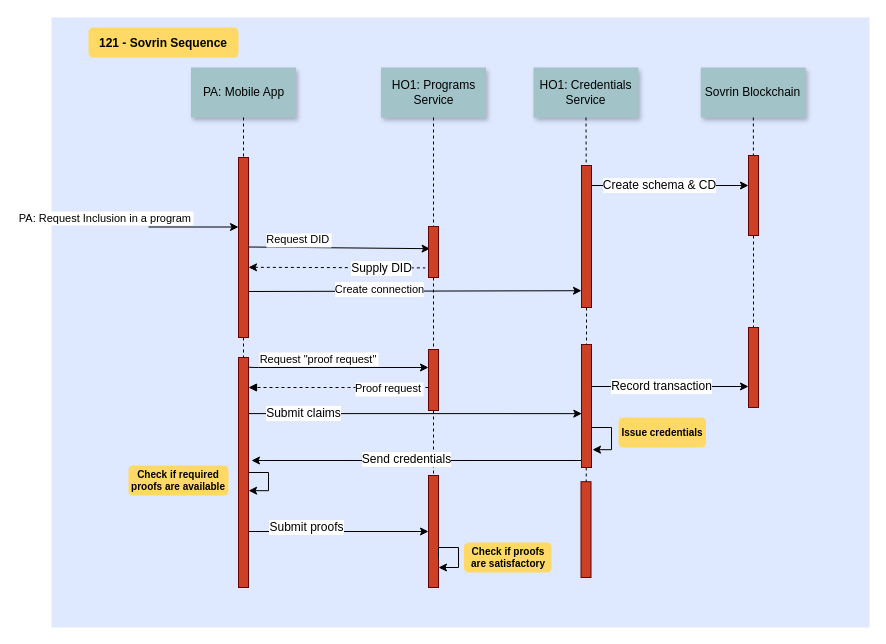
Before: Sequence Diagrams/Sovrin Sequence.drawio in nsward/diagrams, a draw.io diagram. Source tidied: cells renumbered, new cells numbered last; positions are measured from the earlier drawing's top-left corner, leaving out a move shared by most shapes. Both pictures are drawn from the tidied source at 100%, with x=0, y=0 at pixel (51, 17).
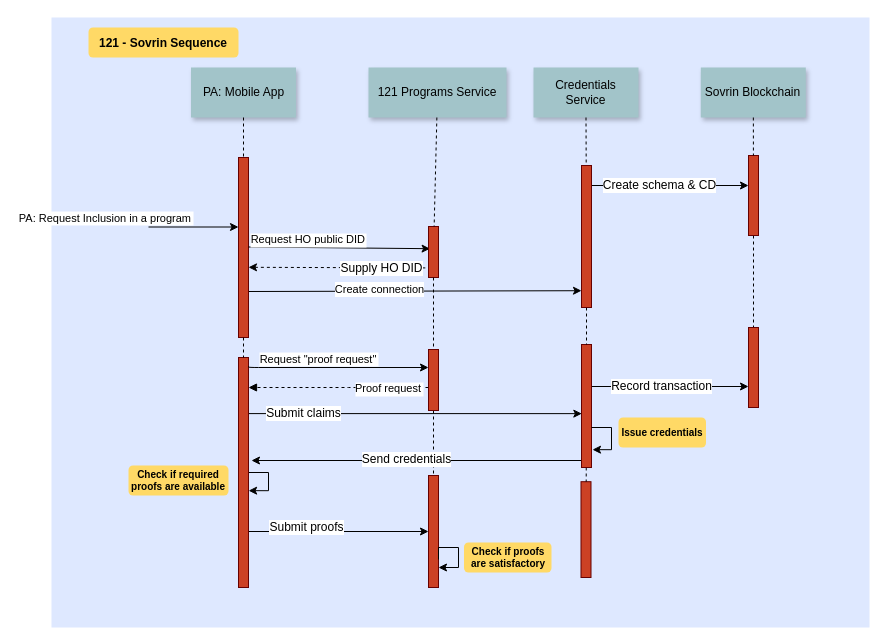
The same diagram, later.

The change refers to these unchanged cells:
```xml
<mxCell id="8" style="edgeStyle=none;verticalLabelPosition=top;verticalAlign=bottom;endArrow=none;startArrow=classic;dashed=1;entryX=-0.324;entryY=0.838;entryDx=0;entryDy=0;entryPerimeter=0;" parent="1" edge="1">
  <mxGeometry x="220" y="172.3" as="geometry">
    <mxPoint x="197" y="249.8" as="sourcePoint" />
    <mxPoint x="373.8" y="250.4" as="targetPoint" />
  </mxGeometry>
</mxCell>
```

Diff of the diagram source:
```diff
@@
-    <mxCell id="6" value="HO1: Credentials Service" style="shadow=1;fillColor=#A2C4C9;strokeColor=none;whiteSpace=wrap;" parent="1" vertex="1">
+    <mxCell id="6" value="Credentials Service" style="shadow=1;fillColor=#A2C4C9;strokeColor=none;whiteSpace=wrap;" parent="1" vertex="1">
       <mxGeometry x="482" y="50" width="105" height="50" as="geometry" />
     </mxCell>
-    <mxCell id="7" value="Request DID" style="edgeStyle=none;verticalLabelPosition=top;verticalAlign=bottom;entryX=0.16;entryY=0.679;entryDx=0;entryDy=0;entryPerimeter=0;" parent="1" edge="1">
+    <mxCell id="7" value="Request HO public DID" style="edgeStyle=none;verticalLabelPosition=top;verticalAlign=bottom;entryX=0.16;entryY=0.679;entryDx=0;entryDy=0;entryPerimeter=0;" parent="1" edge="1">
       <mxGeometry as="geometry">
         <mxPoint x="197" y="229.5" as="sourcePoint" />
         <mxPoint x="378.6" y="231.2" as="targetPoint" />
-        <mxPoint x="-41" y="1" as="offset" />
+        <mxPoint x="-31" y="1" as="offset" />
       </mxGeometry>
     </mxCell>
@@
-    <mxCell id="9" value="Supply DID" style="text;html=1;align=center;verticalAlign=middle;labelBackgroundColor=#ffffff;fontStyle=0;" parent="8" vertex="1">
+    <mxCell id="9" value="Supply HO DID" style="text;html=1;align=center;verticalAlign=middle;labelBackgroundColor=#ffffff;fontStyle=0;" parent="8" vertex="1">
       <mxGeometry relative="1" as="geometry">
         <mxPoint x="44.5" as="offset" />
       </mxGeometry>
     </mxCell>
@@
-    <mxCell id="13" value="HO1: Programs Service" style="shadow=1;fillColor=#A2C4C9;strokeColor=none;whiteSpace=wrap;" parent="1" vertex="1">
-      <mxGeometry x="329.5" y="50" width="105" height="50" as="geometry" />
+    <mxCell id="13" value="121 Programs Service" style="shadow=1;fillColor=#A2C4C9;strokeColor=none;whiteSpace=wrap;" parent="1" vertex="1">
+      <mxGeometry x="317" y="50" width="138" height="50" as="geometry" />
     </mxCell>
```
